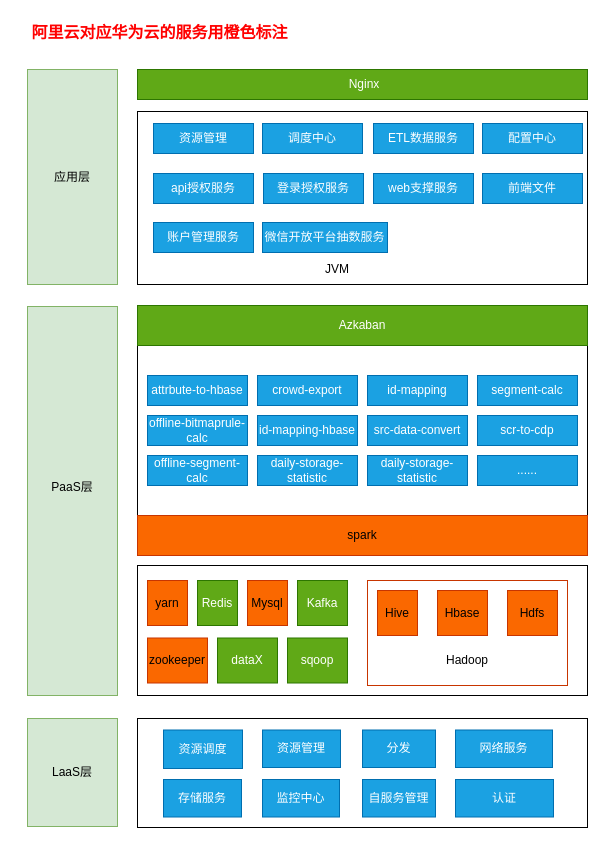
This is CDP服务部署逻辑图.drawio from DThadch/draw, a draw.io file, before an edit. Source tidied: cells renumbered, new cells numbered last; positions are measured from the earlier drawing's top-left corner, leaving out a move shared by most shapes. Both pictures are drawn from the tidied source at 100%, with x=0, y=0 at pixel (17, 17).
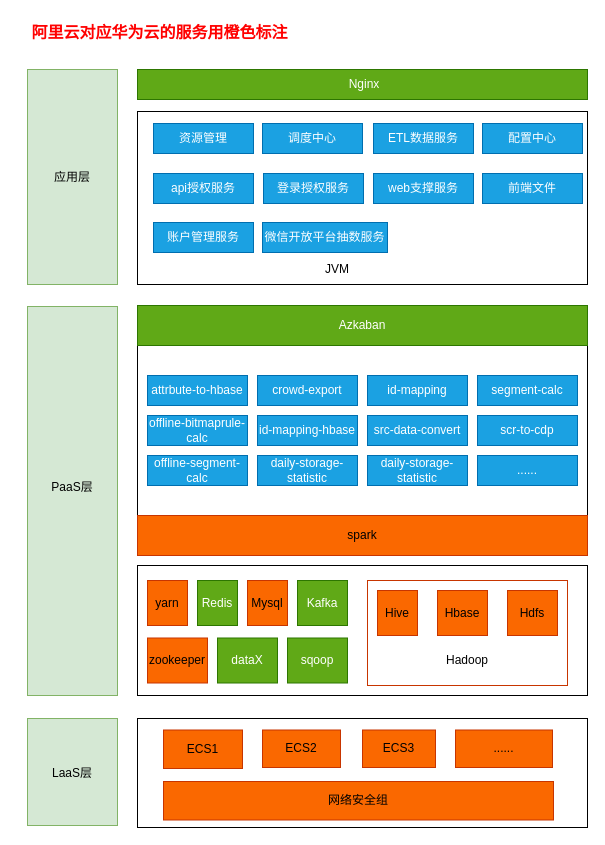
The same diagram, later.

Commit message:
更新CDP服务部署逻辑图.drawio

What changed in the source:
```diff
@@
     <mxCell id="46" value="&lt;div&gt;&lt;br&gt;&lt;/div&gt;&lt;div&gt;&lt;br&gt;&lt;/div&gt;" style="rounded=0;whiteSpace=wrap;html=1;fillColor=#d5e8d4;strokeColor=#82b366;" parent="1" vertex="1">
-      <mxGeometry x="10" y="701" width="90" height="108" as="geometry" />
+      <mxGeometry x="10" y="701" width="90" height="107" as="geometry" />
     </mxCell>
-    <mxCell id="47" value="资源调度" style="rounded=0;whiteSpace=wrap;html=1;fillColor=#1ba1e2;fontColor=#ffffff;strokeColor=#006EAF;" parent="1" vertex="1">
+    <mxCell id="47" value="ECS1" style="rounded=0;whiteSpace=wrap;html=1;fillColor=#fa6800;fontColor=#000000;strokeColor=#C73500;" parent="1" vertex="1">
       <mxGeometry x="146" y="712.5" width="79" height="38.5" as="geometry" />
     </mxCell>
-    <mxCell id="48" value="资源管理" style="rounded=0;whiteSpace=wrap;html=1;fillColor=#1ba1e2;fontColor=#ffffff;strokeColor=#006EAF;" parent="1" vertex="1">
+    <mxCell id="48" value="ECS2" style="rounded=0;whiteSpace=wrap;html=1;fillColor=#fa6800;fontColor=#000000;strokeColor=#C73500;" parent="1" vertex="1">
       <mxGeometry x="245" y="712.5" width="78" height="37.5" as="geometry" />
     </mxCell>
@@
     <mxCell id="51" value="LaaS层" style="text;html=1;align=center;verticalAlign=middle;whiteSpace=wrap;rounded=0;" parent="1" vertex="1">
-      <mxGeometry x="25" y="740" width="60" height="30" as="geometry" />
+      <mxGeometry x="25" y="740.5" width="60" height="30" as="geometry" />
     </mxCell>
-    <mxCell id="52" value="分发" style="rounded=0;whiteSpace=wrap;html=1;fillColor=#1ba1e2;fontColor=#ffffff;strokeColor=#006EAF;" parent="1" vertex="1">
+    <mxCell id="52" value="ECS3" style="rounded=0;whiteSpace=wrap;html=1;fillColor=#fa6800;fontColor=#000000;strokeColor=#C73500;" parent="1" vertex="1">
       <mxGeometry x="345" y="712.5" width="73" height="37.5" as="geometry" />
     </mxCell>
-    <mxCell id="53" value="网络服务" style="rounded=0;whiteSpace=wrap;html=1;fillColor=#1ba1e2;fontColor=#ffffff;strokeColor=#006EAF;" parent="1" vertex="1">
+    <mxCell id="53" value="......" style="rounded=0;whiteSpace=wrap;html=1;fillColor=#fa6800;fontColor=#000000;strokeColor=#C73500;" parent="1" vertex="1">
       <mxGeometry x="438" y="712.5" width="97" height="37.5" as="geometry" />
     </mxCell>
-    <mxCell id="54" value="存储服务" style="rounded=0;whiteSpace=wrap;html=1;fillColor=#1ba1e2;fontColor=#ffffff;strokeColor=#006EAF;" parent="1" vertex="1">
-      <mxGeometry x="146" y="762" width="78" height="37.5" as="geometry" />
-    </mxCell>
-    <mxCell id="55" value="监控中心" style="rounded=0;whiteSpace=wrap;html=1;fillColor=#1ba1e2;fontColor=#ffffff;strokeColor=#006EAF;" parent="1" vertex="1">
-      <mxGeometry x="245" y="762" width="77" height="37.5" as="geometry" />
-    </mxCell>
-    <mxCell id="56" value="自服务管理" style="rounded=0;whiteSpace=wrap;html=1;fillColor=#1ba1e2;fontColor=#ffffff;strokeColor=#006EAF;" parent="1" vertex="1">
-      <mxGeometry x="345" y="762" width="73" height="37.5" as="geometry" />
-    </mxCell>
-    <mxCell id="57" value="认证" style="rounded=0;whiteSpace=wrap;html=1;fillColor=#1ba1e2;fontColor=#ffffff;strokeColor=#006EAF;" parent="1" vertex="1">
-      <mxGeometry x="438" y="762" width="98" height="37.5" as="geometry" />
-    </mxCell>
+    <mxCell id="58" value="网络安全组" style="rounded=0;whiteSpace=wrap;html=1;fillColor=#fa6800;fontColor=#000000;strokeColor=#C73500;" parent="1" vertex="1">
+      <mxGeometry x="146" y="764" width="390" height="38.5" as="geometry" />
+    </mxCell>
```
